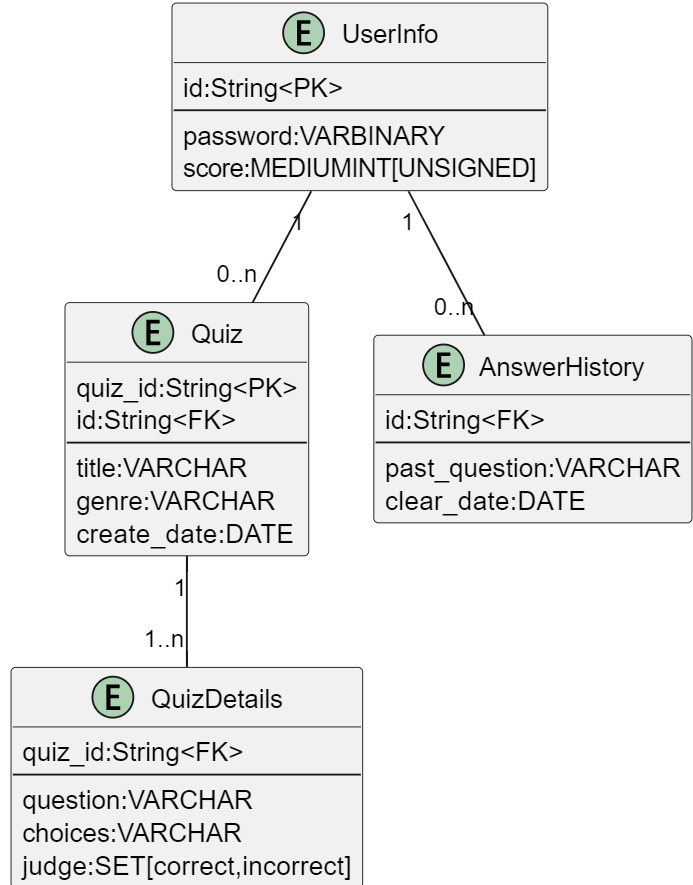
Above: doc/ER.png in st22304013/quizoo (PlantUML), before the change. Its source is kept beside it as doc/ER.pu. Source of this version:
```plantuml
@startuml ERD
!define ENTITY entity
!define RELATIONSHIP relationship

ENTITY "UserInfo" as user {
    id:String<PK>
--
    password:VARBINARY
    score:MEDIUMINT[UNSIGNED]
}


ENTITY "Quiz" as q {
    quiz_id:String<PK>
    id:String<FK>
--
    title:VARCHAR
    genre:VARCHAR
    create_date:DATE
}

ENTITY "QuizDetails" as qd {
    quiz_id:String<FK>
--
    question:VARCHAR
    choices:VARCHAR
    judge:SET[correct,incorrect]
}

ENTITY "AnswerHistory" as ah {
    id:String<FK>
--
    past_question:VARCHAR
    clear_date:DATE
}

user "1" --  "0..n" q
user "1" -- "0..n" ah
q "1" -- "1..n" qd


@enduml
```
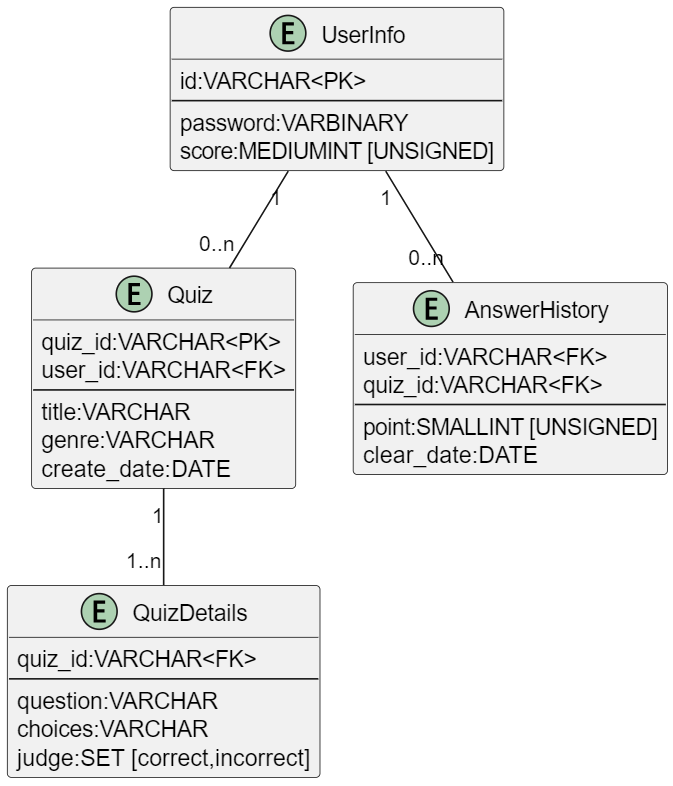
Above is the later version.

Change to the diagram source:
```diff
@@ -3,16 +3,16 @@
 !define RELATIONSHIP relationship
 
 ENTITY "UserInfo" as user {
-    id:String<PK>
+    id:VARCHAR<PK>
 --
     password:VARBINARY
-    score:MEDIUMINT[UNSIGNED]
+    score:MEDIUMINT [UNSIGNED]
 }
 
 
 ENTITY "Quiz" as q {
-    quiz_id:String<PK>
-    id:String<FK>
+    quiz_id:VARCHAR<PK>
+    user_id:VARCHAR<FK>
 --
     title:VARCHAR
     genre:VARCHAR
@@ -20,17 +20,18 @@
 }
 
 ENTITY "QuizDetails" as qd {
-    quiz_id:String<FK>
+    quiz_id:VARCHAR<FK>
 --
     question:VARCHAR
     choices:VARCHAR
-    judge:SET[correct,incorrect]
+    judge:SET [correct,incorrect]
 }
 
 ENTITY "AnswerHistory" as ah {
-    id:String<FK>
+    user_id:VARCHAR<FK>
+    quiz_id:VARCHAR<FK>
 --
-    past_question:VARCHAR
+    point:SMALLINT [UNSIGNED]
     clear_date:DATE
 }
 
```
